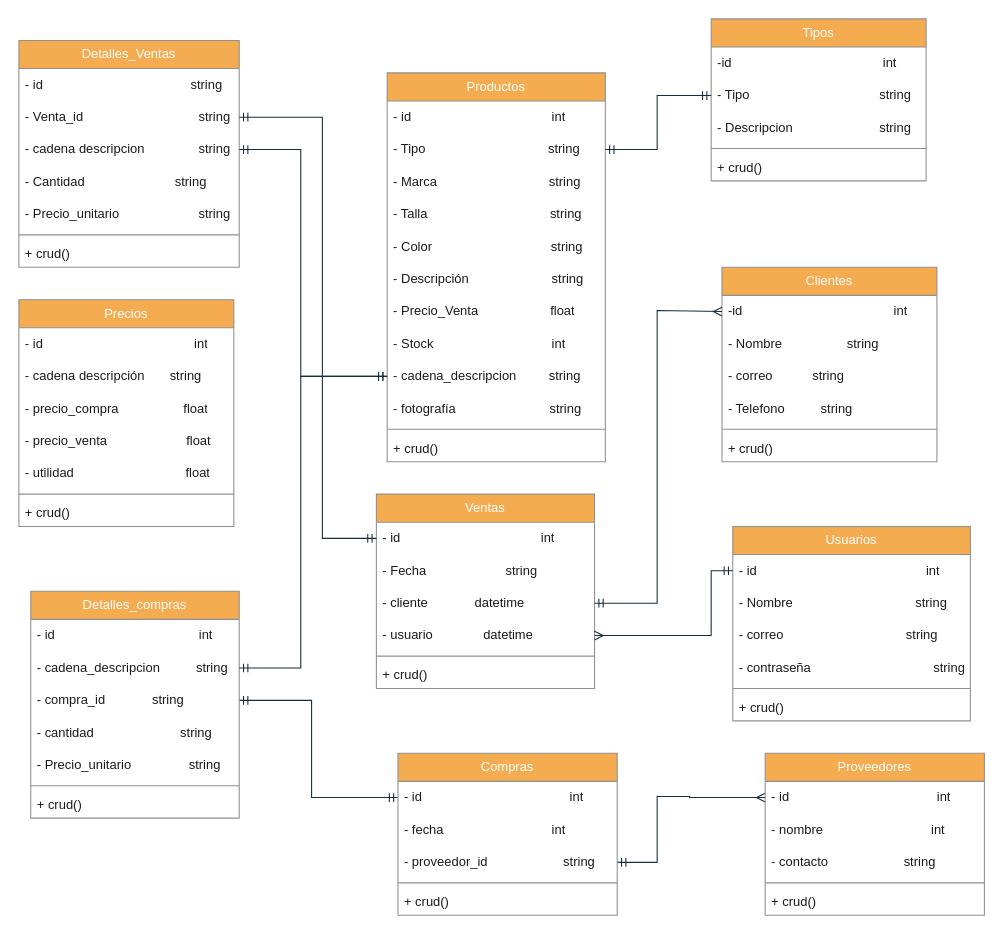
This is Sombreros.drawio from NealD00/Diagramin, a draw.io file, before an edit. Source tidied: cells renumbered, new cells numbered last; positions are measured from the earlier drawing's top-left corner, leaving out a move shared by most shapes. Both pictures are drawn from the tidied source at 108%, with x=0, y=0 at pixel (18, 18).
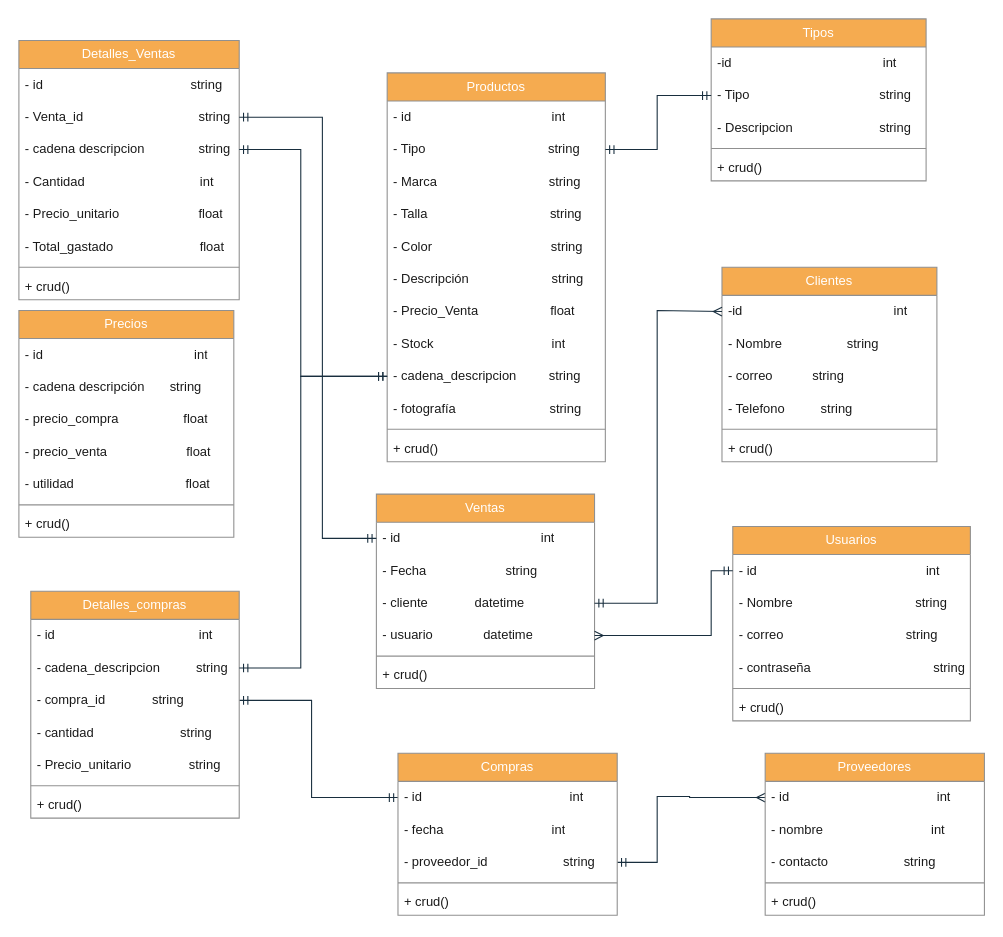
The same page after the edit.

The edit, as a diff of the source:
```diff
@@
     <mxCell id="12" value="&lt;font color=&quot;#ffffff&quot;&gt;Detalles_Ventas&lt;/font&gt;" style="swimlane;fontStyle=0;align=center;verticalAlign=middle;horizontal=1;startSize=26;whiteSpace=wrap;html=1;strokeColor=#909090;fontFamily=Helvetica;fontSize=12;fontColor=#1A1A1A;labelBackgroundColor=none;fillColor=#F5AB50;" parent="1" vertex="1">
-      <mxGeometry y="20" width="204" height="210" as="geometry" />
+      <mxGeometry y="20" width="204" height="240" as="geometry" />
     </mxCell>
@@
-    <mxCell id="16" value="- Cantidad&amp;nbsp; &amp;nbsp; &amp;nbsp; &amp;nbsp; &amp;nbsp; &amp;nbsp; &amp;nbsp; &amp;nbsp; &amp;nbsp; &amp;nbsp; &amp;nbsp; &amp;nbsp; &amp;nbsp;string" style="text;strokeColor=none;fillColor=none;align=left;verticalAlign=middle;spacingLeft=4;spacingRight=4;overflow=hidden;whiteSpace=wrap;html=1;labelBackgroundColor=none;fontColor=#1A1A1A;swimlaneLine=0;" parent="12" vertex="1">
+    <mxCell id="16" value="- Cantidad&amp;nbsp; &amp;nbsp; &amp;nbsp; &amp;nbsp; &amp;nbsp; &amp;nbsp; &amp;nbsp; &amp;nbsp; &amp;nbsp; &amp;nbsp; &amp;nbsp; &amp;nbsp; &amp;nbsp; &amp;nbsp; &amp;nbsp; &amp;nbsp; int" style="text;strokeColor=none;fillColor=none;align=left;verticalAlign=middle;spacingLeft=4;spacingRight=4;overflow=hidden;whiteSpace=wrap;html=1;labelBackgroundColor=none;fontColor=#1A1A1A;swimlaneLine=0;" parent="12" vertex="1">
       <mxGeometry y="116" width="204" height="30" as="geometry" />
     </mxCell>
-    <mxCell id="17" value="- Precio_unitario&amp;nbsp; &amp;nbsp; &amp;nbsp; &amp;nbsp; &amp;nbsp; &amp;nbsp; &amp;nbsp; &amp;nbsp; &amp;nbsp; &amp;nbsp; &amp;nbsp; string" style="text;strokeColor=none;fillColor=none;align=left;verticalAlign=middle;spacingLeft=4;spacingRight=4;overflow=hidden;whiteSpace=wrap;html=1;labelBackgroundColor=none;fontColor=#1A1A1A;swimlaneLine=0;" parent="12" vertex="1">
+    <mxCell id="17" value="- Precio_unitario&amp;nbsp; &amp;nbsp; &amp;nbsp; &amp;nbsp; &amp;nbsp; &amp;nbsp; &amp;nbsp; &amp;nbsp; &amp;nbsp; &amp;nbsp; &amp;nbsp; float" style="text;strokeColor=none;fillColor=none;align=left;verticalAlign=middle;spacingLeft=4;spacingRight=4;overflow=hidden;whiteSpace=wrap;html=1;labelBackgroundColor=none;fontColor=#1A1A1A;swimlaneLine=0;" parent="12" vertex="1">
       <mxGeometry y="146" width="204" height="30" as="geometry" />
     </mxCell>
+    <mxCell id="89" value="- Total_gastado&amp;nbsp; &amp;nbsp; &amp;nbsp; &amp;nbsp; &amp;nbsp; &amp;nbsp; &amp;nbsp; &amp;nbsp; &amp;nbsp; &amp;nbsp; &amp;nbsp; &amp;nbsp; float" style="text;strokeColor=none;fillColor=none;align=left;verticalAlign=middle;spacingLeft=4;spacingRight=4;overflow=hidden;whiteSpace=wrap;html=1;labelBackgroundColor=none;fontColor=#1A1A1A;swimlaneLine=0;" parent="12" vertex="1">
+      <mxGeometry y="176" width="204" height="30" as="geometry" />
+    </mxCell>
     <mxCell id="18" style="line;strokeWidth=1;fillColor=#F5AB50;align=center;verticalAlign=middle;spacingTop=-1;spacingLeft=3;spacingRight=3;labelPosition=right;strokeColor=#909090;fontFamily=Helvetica;fontSize=12;fontColor=#1A1A1A;fontStyle=0;labelBackgroundColor=none;" parent="12" vertex="1">
-      <mxGeometry y="176" width="204" height="8" as="geometry" />
+      <mxGeometry y="206" width="204" height="8" as="geometry" />
     </mxCell>
     <mxCell id="19" value="+ crud()" style="text;strokeColor=none;fillColor=none;align=left;verticalAlign=top;spacingLeft=4;spacingRight=4;overflow=hidden;whiteSpace=wrap;html=1;fontFamily=Helvetica;fontSize=12;fontColor=#1A1A1A;fontStyle=0;labelBackgroundColor=none;" parent="12" vertex="1">
-      <mxGeometry y="184" width="204" height="26" as="geometry" />
+      <mxGeometry y="214" width="204" height="26" as="geometry" />
     </mxCell>
@@
     <mxCell id="70" value="&lt;font color=&quot;#ffffff&quot;&gt;Precios&lt;/font&gt;" style="swimlane;fontStyle=0;align=center;verticalAlign=middle;horizontal=1;startSize=26;whiteSpace=wrap;html=1;strokeColor=#909090;fontFamily=Helvetica;fontSize=12;fontColor=#1A1A1A;labelBackgroundColor=none;fillColor=#F5AB50;" parent="1" vertex="1">
-      <mxGeometry y="260" width="199" height="210" as="geometry" />
+      <mxGeometry y="270" width="199" height="210" as="geometry" />
     </mxCell>
```
